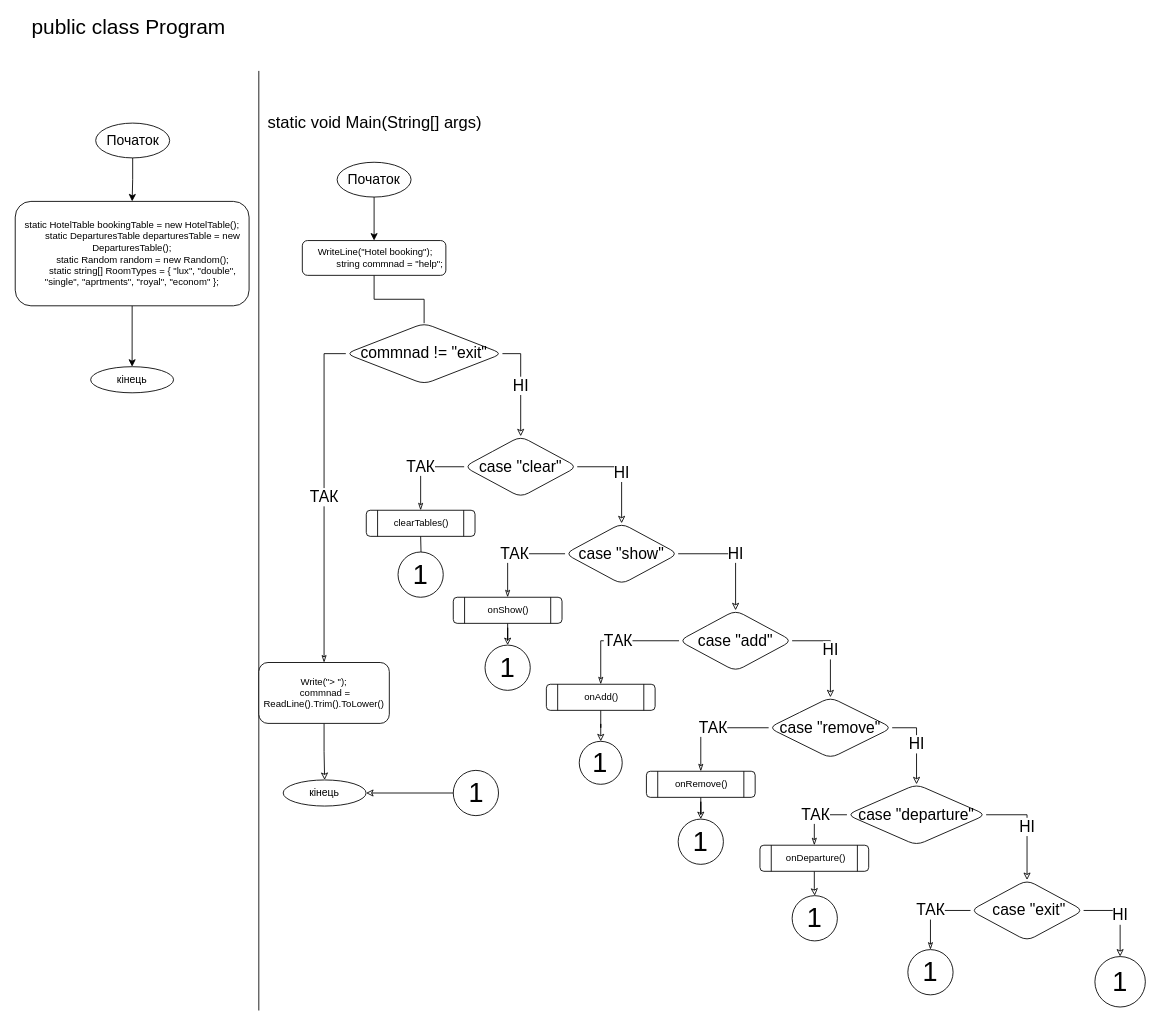
Earlier version of the draw.io diagram asd_2 term/laba_7/laba7.drawio (IKatiaI/ads-nahorna-kp13). Source tidied: cells renumbered, new cells numbered last; positions are measured from the earlier drawing's top-left corner, leaving out a move shared by most shapes. Both pictures are drawn from the tidied source at 87%, with x=0, y=0 at pixel (15, 18).
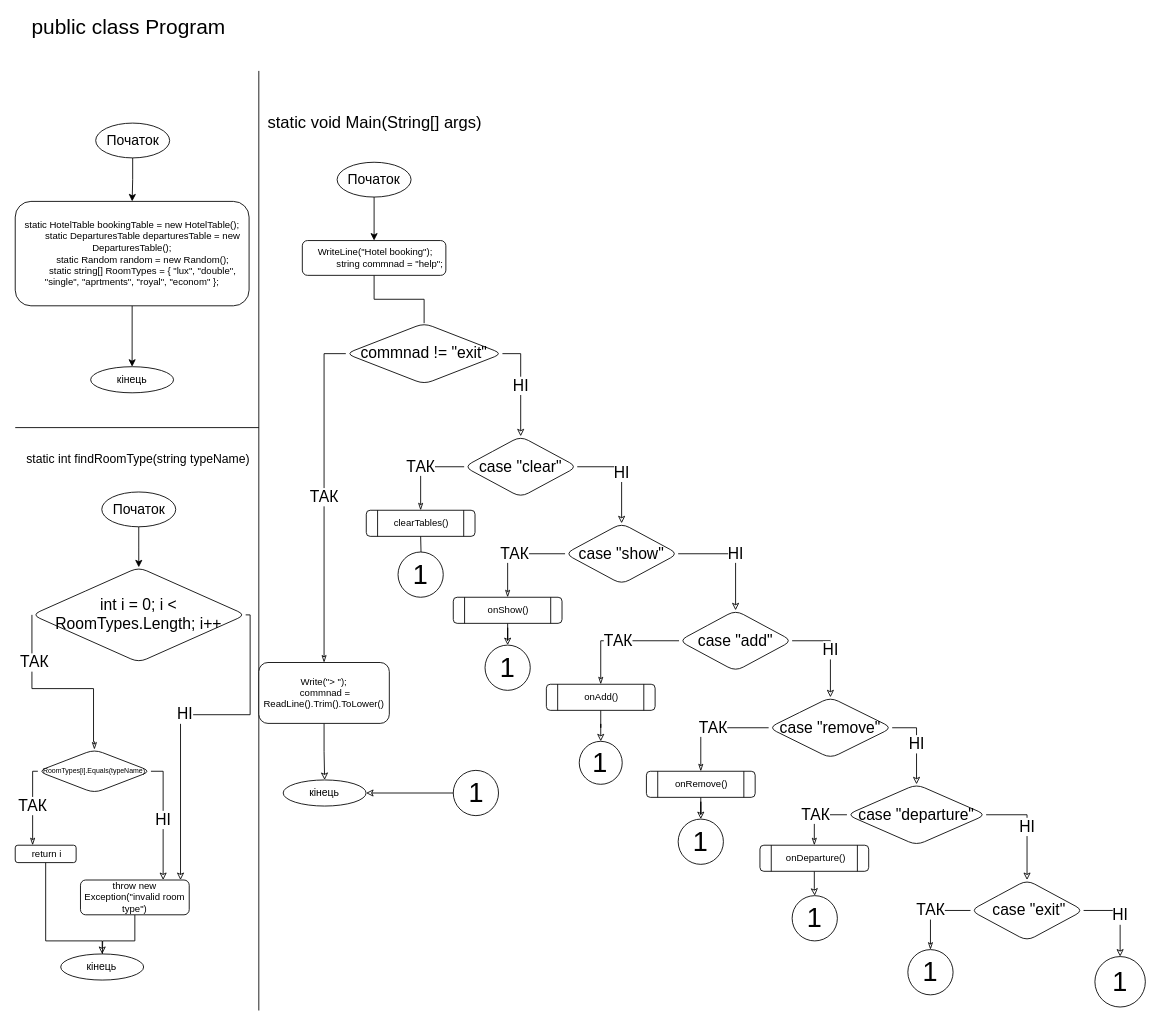
Above is the later version.

Diff of the diagram source:
```diff
@@
+    <mxCell id="57" style="endArrow=none;html=1;rounded=0;fontSize=19;" parent="1" edge="1">
+      <mxGeometry relative="1" as="geometry">
+        <mxPoint y="470" as="sourcePoint" />
+        <mxPoint x="280" y="470" as="targetPoint" />
+      </mxGeometry>
+    </mxCell>
+    <mxCell id="58" style="edgeStyle=orthogonalEdgeStyle;rounded=0;jettySize=auto;html=1;exitX=0.5;exitY=1;exitDx=0;exitDy=0;fontSize=24;" parent="1" edge="1" source="59" target="63">
+      <mxGeometry relative="1" as="geometry" />
+    </mxCell>
+    <mxCell id="59" value="Початок" style="ellipse;whiteSpace=wrap;html=1;fontSize=16;strokeWidth=1;" parent="1" vertex="1">
+      <mxGeometry x="99.5" y="544" width="85" height="40" as="geometry" />
+    </mxCell>
+    <mxCell id="60" value="&lt;font style=&quot;font-size: 14px;&quot;&gt;static int findRoomType(string typeName)&lt;/font&gt;" style="text;html=1;align=center;verticalAlign=middle;strokeColor=none;fillColor=none;fontSize=19;" parent="1" vertex="1">
+      <mxGeometry x="6" y="490" width="270" height="30" as="geometry" />
+    </mxCell>
+    <mxCell id="61" value="ТАК" style="edgeStyle=orthogonalEdgeStyle;rounded=0;jettySize=auto;html=1;exitX=0;exitY=0.5;exitDx=0;exitDy=0;fontFamily=Helvetica;fontSize=18;fontColor=default;endArrow=classicThin;endFill=0;strokeWidth=1;entryX=0.5;entryY=0;entryDx=0;entryDy=0;" parent="1" edge="1" source="63" target="66">
+      <mxGeometry x="-0.52" y="3" relative="1" as="geometry">
+        <Array as="points">
+          <mxPoint x="19" y="770" />
+          <mxPoint x="90" y="770" />
+          <mxPoint x="90" y="831" />
+        </Array>
+        <mxPoint y="1" as="offset" />
+      </mxGeometry>
+    </mxCell>
+    <mxCell id="62" value="НІ" style="edgeStyle=orthogonalEdgeStyle;rounded=0;jettySize=auto;html=1;exitX=1;exitY=0.5;exitDx=0;exitDy=0;fontFamily=Helvetica;fontSize=18;fontColor=default;endArrow=classic;endFill=0;strokeWidth=1;" parent="1" edge="1" source="63" target="70">
+      <mxGeometry relative="1" as="geometry">
+        <Array as="points">
+          <mxPoint x="270" y="685" />
+          <mxPoint x="270" y="800" />
+          <mxPoint x="190" y="800" />
+        </Array>
+      </mxGeometry>
+    </mxCell>
+    <mxCell id="63" value="int i = 0; i &amp;lt; RoomTypes.Length; i++" style="rhombus;whiteSpace=wrap;html=1;rounded=1;sketch=0;fontFamily=Helvetica;fontSize=18;fontColor=default;strokeColor=default;fillColor=default;" parent="1" vertex="1">
+      <mxGeometry x="19.2" y="630.6" width="245.7" height="109.3" as="geometry" />
+    </mxCell>
+    <mxCell id="64" value="ТАК" style="edgeStyle=orthogonalEdgeStyle;rounded=0;jettySize=auto;html=1;exitX=0;exitY=0.5;exitDx=0;exitDy=0;fontFamily=Helvetica;fontSize=18;fontColor=default;endArrow=classicThin;endFill=0;strokeWidth=1;" parent="1" edge="1" source="66" target="68">
+      <mxGeometry relative="1" as="geometry">
+        <Array as="points">
+          <mxPoint x="20" y="865" />
+        </Array>
+      </mxGeometry>
+    </mxCell>
+    <mxCell id="65" value="НІ" style="edgeStyle=orthogonalEdgeStyle;rounded=0;jettySize=auto;html=1;exitX=1;exitY=0.5;exitDx=0;exitDy=0;fontFamily=Helvetica;fontSize=18;fontColor=default;endArrow=classic;endFill=0;strokeWidth=1;" parent="1" edge="1" source="66" target="70">
+      <mxGeometry relative="1" as="geometry">
+        <Array as="points">
+          <mxPoint x="170" y="865" />
+        </Array>
+      </mxGeometry>
+    </mxCell>
+    <mxCell id="66" value="RoomTypes[i].Equals(typeName)" style="rhombus;whiteSpace=wrap;html=1;rounded=1;sketch=0;fontFamily=Helvetica;fontSize=8;fontColor=default;strokeColor=default;fillColor=default;" parent="1" vertex="1">
+      <mxGeometry x="26" y="840" width="130" height="50" as="geometry" />
+    </mxCell>
+    <mxCell id="67" style="edgeStyle=orthogonalEdgeStyle;rounded=0;jettySize=auto;html=1;exitX=0.5;exitY=1;exitDx=0;exitDy=0;fontSize=8;endArrow=classic;endFill=0;" parent="1" edge="1" source="68" target="71">
+      <mxGeometry relative="1" as="geometry">
+        <Array as="points">
+          <mxPoint x="35" y="1060" />
+          <mxPoint x="100" y="1060" />
+        </Array>
+      </mxGeometry>
+    </mxCell>
+    <mxCell id="68" value="&amp;nbsp;return i" style="rounded=1;whiteSpace=wrap;html=1;fontSize=11;" parent="1" vertex="1">
+      <mxGeometry y="950" width="70" height="20" as="geometry" />
+    </mxCell>
+    <mxCell id="69" style="edgeStyle=orthogonalEdgeStyle;rounded=0;jettySize=auto;html=1;exitX=0.5;exitY=1;exitDx=0;exitDy=0;fontSize=8;endArrow=classic;endFill=0;" parent="1" edge="1" source="70">
+      <mxGeometry relative="1" as="geometry">
+        <mxPoint x="100" y="1090" as="targetPoint" />
+      </mxGeometry>
+    </mxCell>
+    <mxCell id="70" value="throw new Exception(&quot;invalid room type&quot;)" style="rounded=1;whiteSpace=wrap;html=1;fontSize=11;" parent="1" vertex="1">
+      <mxGeometry x="75" y="990" width="125" height="40" as="geometry" />
+    </mxCell>
+    <mxCell id="71" value="кінець" style="ellipse;whiteSpace=wrap;html=1;rounded=1;sketch=0;fontSize=12;" parent="1" vertex="1">
+      <mxGeometry x="52.3" y="1075" width="95.3" height="30" as="geometry" />
+    </mxCell>
```
